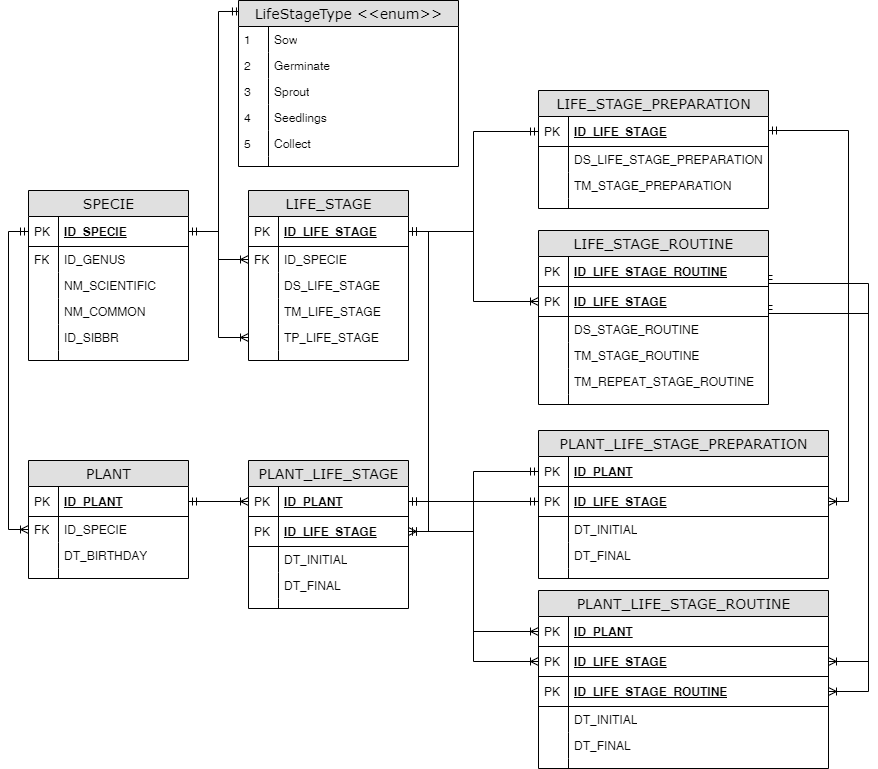
eduardocrp/zeru keeps this draw.io diagram as specifications/images/PROJECT_ZERU_CULTIVATION.png. Above is the earlier version. Source tidied: cells renumbered, new cells last; positions are measured from the earlier drawing's top-left corner, leaving out a move shared by most shapes.
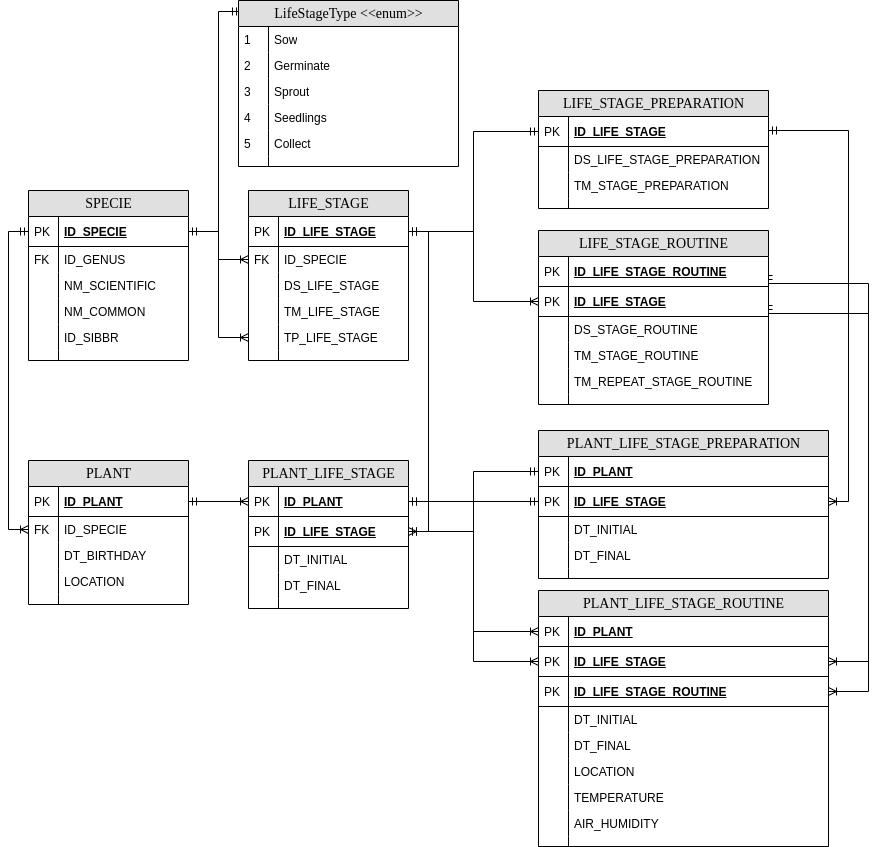
After the change.

Commit message:
Inserted location and climate data

Diff of the diagram source:
```diff
@@ -220,7 +220,7 @@
       <mxGeometry width="30" height="10" as="geometry" />
     </mxCell>
     <mxCell id="64" value="PLANT" style="swimlane;html=1;fontStyle=0;horizontal=1;startSize=26;fillColor=#e0e0e0;swimlaneFillColor=#ffffff;align=center;rounded=0;shadow=0;comic=0;labelBackgroundColor=none;strokeWidth=1;fontFamily=Verdana;fontSize=14;swimlaneLine=1;" parent="1" vertex="1">
-      <mxGeometry x="20" y="460" width="160" height="118" as="geometry" />
+      <mxGeometry x="20" y="460" width="160" height="144" as="geometry" />
     </mxCell>
     <mxCell id="65" value="ID_PLANT" style="shape=partialRectangle;top=0;left=0;right=0;bottom=1;html=1;align=left;verticalAlign=middle;fillColor=none;spacingLeft=34;spacingRight=4;whiteSpace=wrap;overflow=hidden;points=[[0,0.5],[1,0.5]];portConstraint=eastwest;fontStyle=5;" parent="64" vertex="1">
       <mxGeometry y="26" width="160" height="30" as="geometry" />
@@ -240,8 +240,14 @@
     <mxCell id="70" style="shape=partialRectangle;top=0;left=0;bottom=0;html=1;fillColor=none;align=left;verticalAlign=top;spacingLeft=4;spacingRight=4;whiteSpace=wrap;overflow=hidden;" parent="69" vertex="1">
       <mxGeometry width="30" height="26" as="geometry" />
     </mxCell>
+    <mxCell id="121" value="LOCATION" style="shape=partialRectangle;top=0;left=0;right=0;bottom=0;html=1;align=left;verticalAlign=top;fillColor=none;spacingLeft=34;spacingRight=4;whiteSpace=wrap;overflow=hidden;" parent="64" vertex="1">
+      <mxGeometry y="108" width="160" height="26" as="geometry" />
+    </mxCell>
+    <mxCell id="122" style="shape=partialRectangle;top=0;left=0;bottom=0;html=1;fillColor=none;align=left;verticalAlign=top;spacingLeft=4;spacingRight=4;whiteSpace=wrap;overflow=hidden;" parent="121" vertex="1">
+      <mxGeometry width="30" height="26" as="geometry" />
+    </mxCell>
     <mxCell id="71" style="shape=partialRectangle;top=0;left=0;right=0;bottom=0;html=1;align=left;verticalAlign=top;fillColor=none;spacingLeft=34;spacingRight=4;whiteSpace=wrap;overflow=hidden;" parent="64" vertex="1">
-      <mxGeometry y="108" width="160" height="10" as="geometry" />
+      <mxGeometry y="134" width="160" height="10" as="geometry" />
     </mxCell>
     <mxCell id="72" style="shape=partialRectangle;top=0;left=0;bottom=0;html=1;fillColor=none;align=left;verticalAlign=top;spacingLeft=4;spacingRight=4;whiteSpace=wrap;overflow=hidden;" parent="71" vertex="1">
       <mxGeometry width="30" height="10" as="geometry" />
@@ -280,7 +286,7 @@
       <mxGeometry width="30" height="10" as="geometry" />
     </mxCell>
     <mxCell id="84" value="PLANT_LIFE_STAGE_ROUTINE" style="swimlane;html=1;fontStyle=0;horizontal=1;startSize=26;fillColor=#e0e0e0;swimlaneFillColor=#ffffff;align=center;rounded=0;shadow=0;comic=0;labelBackgroundColor=none;strokeWidth=1;fontFamily=Verdana;fontSize=14;swimlaneLine=1;" parent="1" vertex="1">
-      <mxGeometry x="530" y="590" width="290" height="178" as="geometry" />
+      <mxGeometry x="530" y="590" width="290" height="256" as="geometry" />
     </mxCell>
     <mxCell id="85" value="ID_PLANT" style="shape=partialRectangle;top=0;left=0;right=0;bottom=1;html=1;align=left;verticalAlign=middle;fillColor=none;spacingLeft=34;spacingRight=4;whiteSpace=wrap;overflow=hidden;points=[[0,0.5],[1,0.5]];portConstraint=eastwest;fontStyle=5;" parent="84" vertex="1">
       <mxGeometry y="26" width="290" height="30" as="geometry" />
@@ -312,8 +318,26 @@
     <mxCell id="94" style="shape=partialRectangle;top=0;left=0;bottom=0;html=1;fillColor=none;align=left;verticalAlign=top;spacingLeft=4;spacingRight=4;whiteSpace=wrap;overflow=hidden;" parent="93" vertex="1">
       <mxGeometry width="30" height="26" as="geometry" />
     </mxCell>
+    <mxCell id="123" value="LOCATION" style="shape=partialRectangle;top=0;left=0;right=0;bottom=0;html=1;align=left;verticalAlign=top;fillColor=none;spacingLeft=34;spacingRight=4;whiteSpace=wrap;overflow=hidden;" parent="84" vertex="1">
+      <mxGeometry y="168" width="290" height="26" as="geometry" />
+    </mxCell>
+    <mxCell id="124" style="shape=partialRectangle;top=0;left=0;bottom=0;html=1;fillColor=none;align=left;verticalAlign=top;spacingLeft=4;spacingRight=4;whiteSpace=wrap;overflow=hidden;" parent="123" vertex="1">
+      <mxGeometry width="30" height="26" as="geometry" />
+    </mxCell>
+    <mxCell id="125" value="TEMPERATURE" style="shape=partialRectangle;top=0;left=0;right=0;bottom=0;html=1;align=left;verticalAlign=top;fillColor=none;spacingLeft=34;spacingRight=4;whiteSpace=wrap;overflow=hidden;" parent="84" vertex="1">
+      <mxGeometry y="194" width="290" height="26" as="geometry" />
+    </mxCell>
+    <mxCell id="126" style="shape=partialRectangle;top=0;left=0;bottom=0;html=1;fillColor=none;align=left;verticalAlign=top;spacingLeft=4;spacingRight=4;whiteSpace=wrap;overflow=hidden;" parent="125" vertex="1">
+      <mxGeometry width="30" height="26" as="geometry" />
+    </mxCell>
+    <mxCell id="127" value="AIR_HUMIDITY" style="shape=partialRectangle;top=0;left=0;right=0;bottom=0;html=1;align=left;verticalAlign=top;fillColor=none;spacingLeft=34;spacingRight=4;whiteSpace=wrap;overflow=hidden;" parent="84" vertex="1">
+      <mxGeometry y="220" width="290" height="26" as="geometry" />
+    </mxCell>
+    <mxCell id="128" style="shape=partialRectangle;top=0;left=0;bottom=0;html=1;fillColor=none;align=left;verticalAlign=top;spacingLeft=4;spacingRight=4;whiteSpace=wrap;overflow=hidden;" parent="127" vertex="1">
+      <mxGeometry width="30" height="26" as="geometry" />
+    </mxCell>
     <mxCell id="95" style="shape=partialRectangle;top=0;left=0;right=0;bottom=0;html=1;align=left;verticalAlign=top;fillColor=none;spacingLeft=34;spacingRight=4;whiteSpace=wrap;overflow=hidden;" parent="84" vertex="1">
-      <mxGeometry y="168" width="290" height="10" as="geometry" />
+      <mxGeometry y="246" width="290" height="10" as="geometry" />
     </mxCell>
     <mxCell id="96" style="shape=partialRectangle;top=0;left=0;bottom=0;html=1;fillColor=none;align=left;verticalAlign=top;spacingLeft=4;spacingRight=4;whiteSpace=wrap;overflow=hidden;" parent="95" vertex="1">
       <mxGeometry width="30" height="10" as="geometry" />
```
